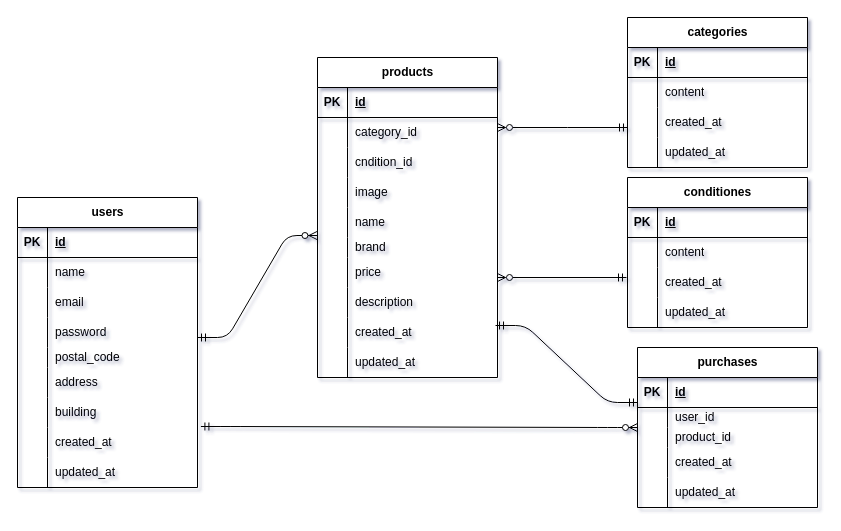
yushiro46/Furima keeps this draw.io diagram as er.dio. Above is the earlier version. Source tidied: cells renumbered, new cells numbered last; positions are measured from the earlier drawing's top-left corner, leaving out a move shared by most shapes. Both pictures are drawn from the tidied source at 100%, with x=0, y=0 at pixel (17, 17).
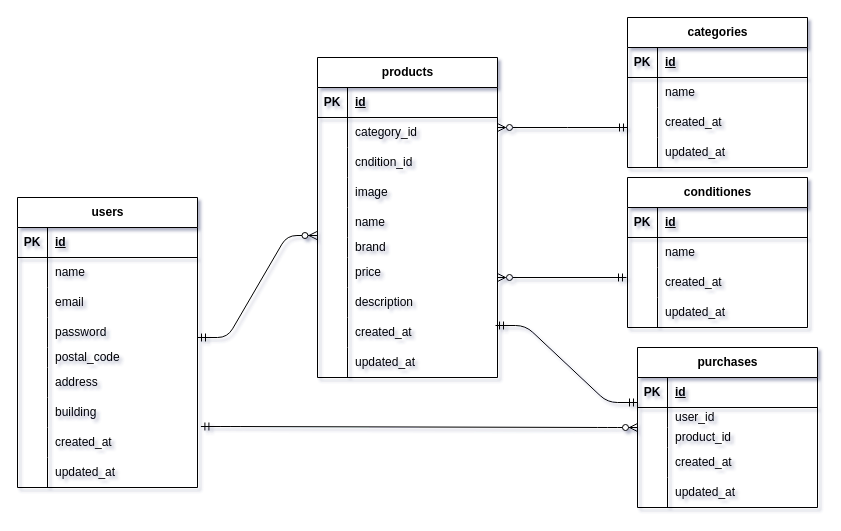
Above is the later version.

Unchanged cells that the change refers to:
```xml
<mxCell id="65" style="shape=tableRow;horizontal=0;startSize=0;swimlaneHead=0;swimlaneBody=0;fillColor=none;top=0;left=0;right=0;bottom=0;" parent="61" vertex="1">
  <mxGeometry y="60" width="180" height="30" as="geometry" />
</mxCell>
<mxCell id="78" style="shape=tableRow;horizontal=0;startSize=0;swimlaneHead=0;swimlaneBody=0;fillColor=none;top=0;left=0;right=0;bottom=0;" parent="74" vertex="1">
  <mxGeometry y="60" width="180" height="30" as="geometry" />
</mxCell>
```

Diff of the diagram source:
```diff
@@
-    <mxCell id="67" value="content" style="shape=partialRectangle;fillColor=none;top=0;left=0;bottom=0;right=0;align=left;spacingLeft=6;overflow=hidden;whiteSpace=wrap;html=1;" parent="65" vertex="1">
+    <mxCell id="67" value="name" style="shape=partialRectangle;fillColor=none;top=0;left=0;bottom=0;right=0;align=left;spacingLeft=6;overflow=hidden;whiteSpace=wrap;html=1;" parent="65" vertex="1">
       <mxGeometry x="30" width="150" height="30" as="geometry" />
     </mxCell>
@@
-    <mxCell id="80" value="content" style="shape=partialRectangle;fillColor=none;top=0;left=0;bottom=0;right=0;align=left;spacingLeft=6;overflow=hidden;whiteSpace=wrap;html=1;" parent="78" vertex="1">
+    <mxCell id="80" value="name" style="shape=partialRectangle;fillColor=none;top=0;left=0;bottom=0;right=0;align=left;spacingLeft=6;overflow=hidden;whiteSpace=wrap;html=1;" parent="78" vertex="1">
       <mxGeometry x="30" width="150" height="30" as="geometry" />
     </mxCell>
```
